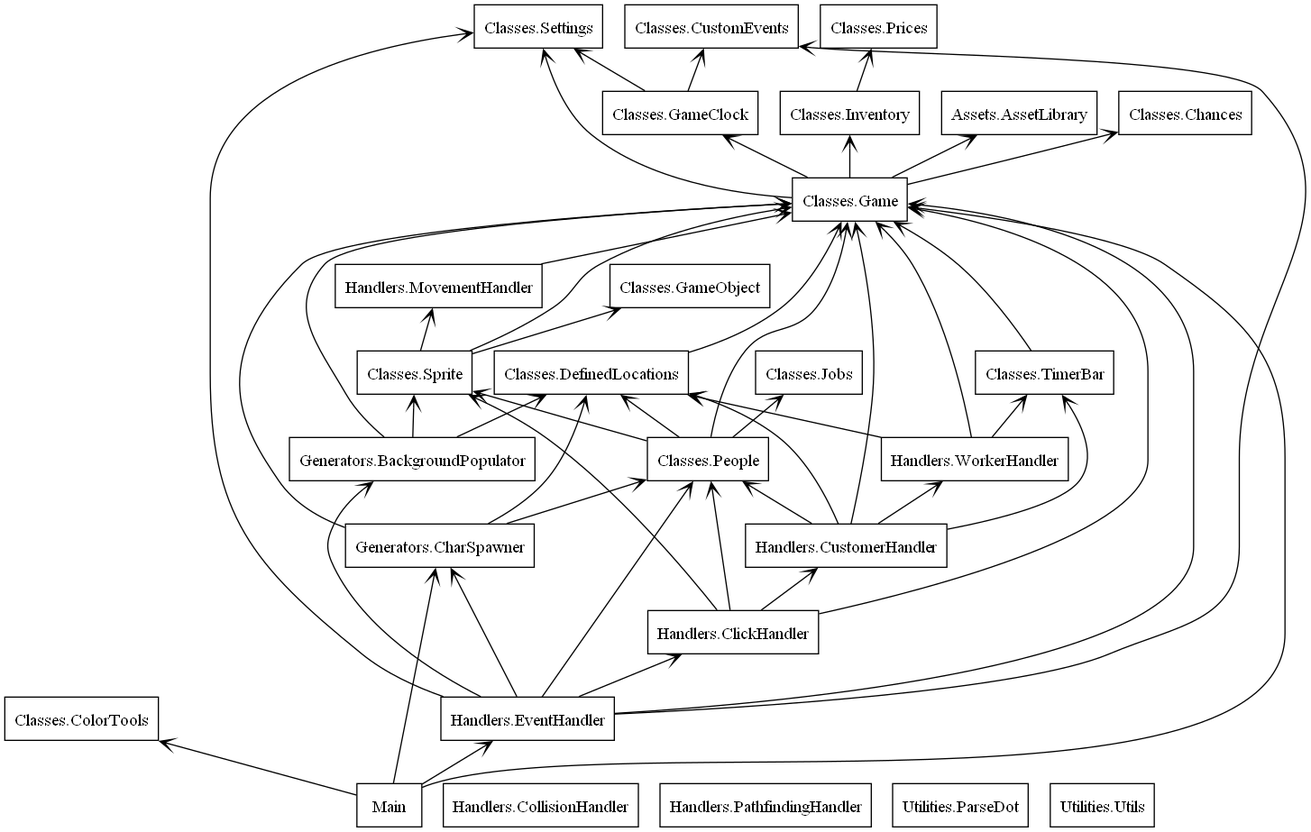
This is Utilities/packages.png from AedanM/PoppaPizza, a Graphviz export, as it was before one commit. Its source is kept beside it as Utilities/packages.dot.
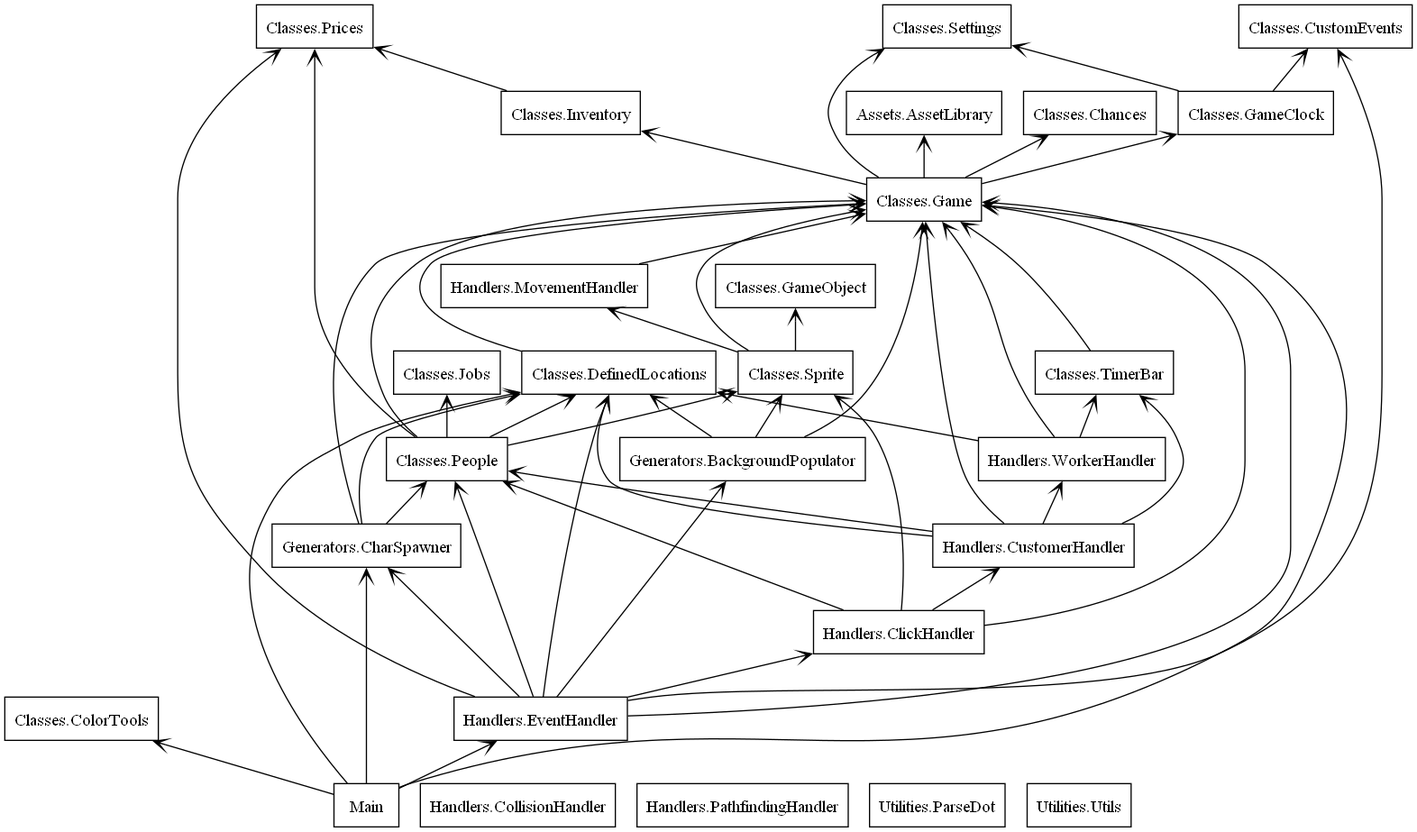
Above is the later version.

Change to the diagram source:
```diff
@@ -40,6 +40,7 @@
 "Classes.People" -> "Classes.DefinedLocations" [arrowhead="open", arrowtail="none"];
 "Classes.People" -> "Classes.Game" [arrowhead="open", arrowtail="none"];
 "Classes.People" -> "Classes.Jobs" [arrowhead="open", arrowtail="none"];
+"Classes.People" -> "Classes.Prices" [arrowhead="open", arrowtail="none"];
 "Classes.People" -> "Classes.Sprite" [arrowhead="open", arrowtail="none"];
 "Classes.Sprite" -> "Classes.Game" [arrowhead="open", arrowtail="none"];
 "Classes.Sprite" -> "Classes.GameObject" [arrowhead="open", arrowtail="none"];
@@ -61,9 +62,10 @@
 "Handlers.CustomerHandler" -> "Classes.TimerBar" [arrowhead="open", arrowtail="none"];
 "Handlers.CustomerHandler" -> "Handlers.WorkerHandler" [arrowhead="open", arrowtail="none"];
 "Handlers.EventHandler" -> "Classes.CustomEvents" [arrowhead="open", arrowtail="none"];
+"Handlers.EventHandler" -> "Classes.DefinedLocations" [arrowhead="open", arrowtail="none"];
 "Handlers.EventHandler" -> "Classes.Game" [arrowhead="open", arrowtail="none"];
 "Handlers.EventHandler" -> "Classes.People" [arrowhead="open", arrowtail="none"];
-"Handlers.EventHandler" -> "Classes.Settings" [arrowhead="open", arrowtail="none"];
+"Handlers.EventHandler" -> "Classes.Prices" [arrowhead="open", arrowtail="none"];
 "Handlers.EventHandler" -> "Generators.BackgroundPopulator" [arrowhead="open", arrowtail="none"];
 "Handlers.EventHandler" -> "Generators.CharSpawner" [arrowhead="open", arrowtail="none"];
 "Handlers.EventHandler" -> "Handlers.ClickHandler" [arrowhead="open", arrowtail="none"];
@@ -72,6 +74,7 @@
 "Handlers.WorkerHandler" -> "Classes.Game" [arrowhead="open", arrowtail="none"];
 "Handlers.WorkerHandler" -> "Classes.TimerBar" [arrowhead="open", arrowtail="none"];
 "Main" -> "Classes.ColorTools" [arrowhead="open", arrowtail="none"];
+"Main" -> "Classes.DefinedLocations" [arrowhead="open", arrowtail="none"];
 "Main" -> "Classes.Game" [arrowhead="open", arrowtail="none"];
 "Main" -> "Generators.CharSpawner" [arrowhead="open", arrowtail="none"];
 "Main" -> "Handlers.EventHandler" [arrowhead="open", arrowtail="none"];
```
